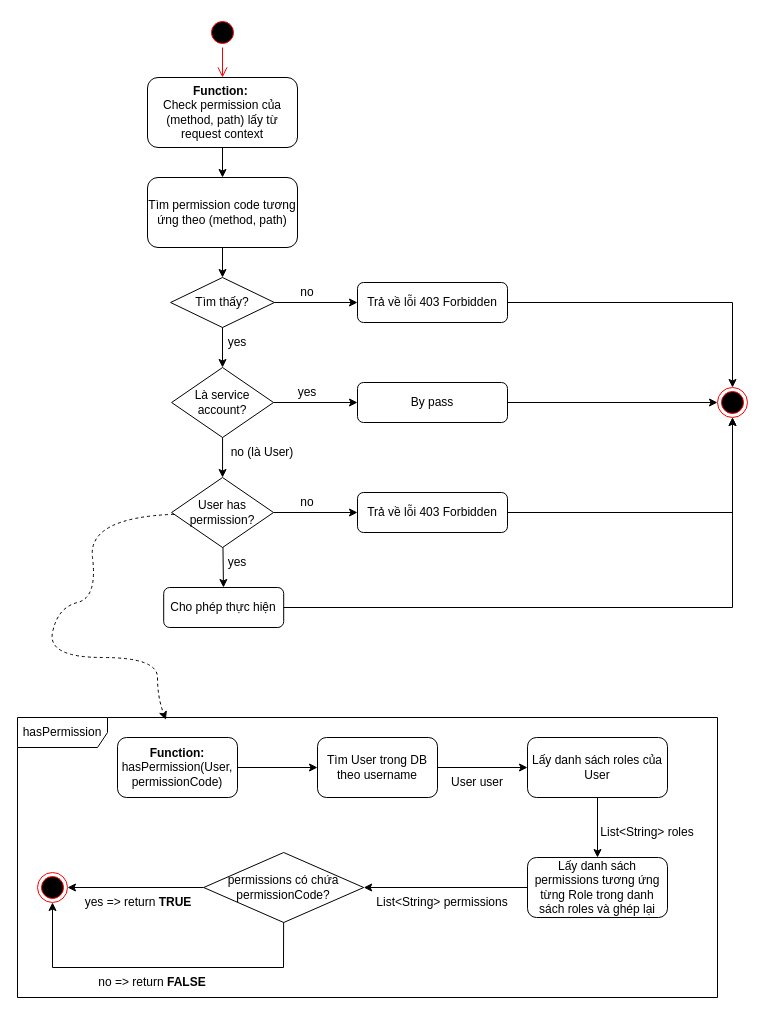
Earlier version of the draw.io diagram page "Luồng check permission" (2 of 4) of SMG_phan_quyen_BE.drawio (hiep1097/drawio). Source tidied: cells renumbered, new cells numbered last; positions are measured from the earlier drawing's top-left corner, leaving out a move shared by most shapes. Both pictures are drawn from the tidied source at 100%, with x=0, y=0 at pixel (17, 17).
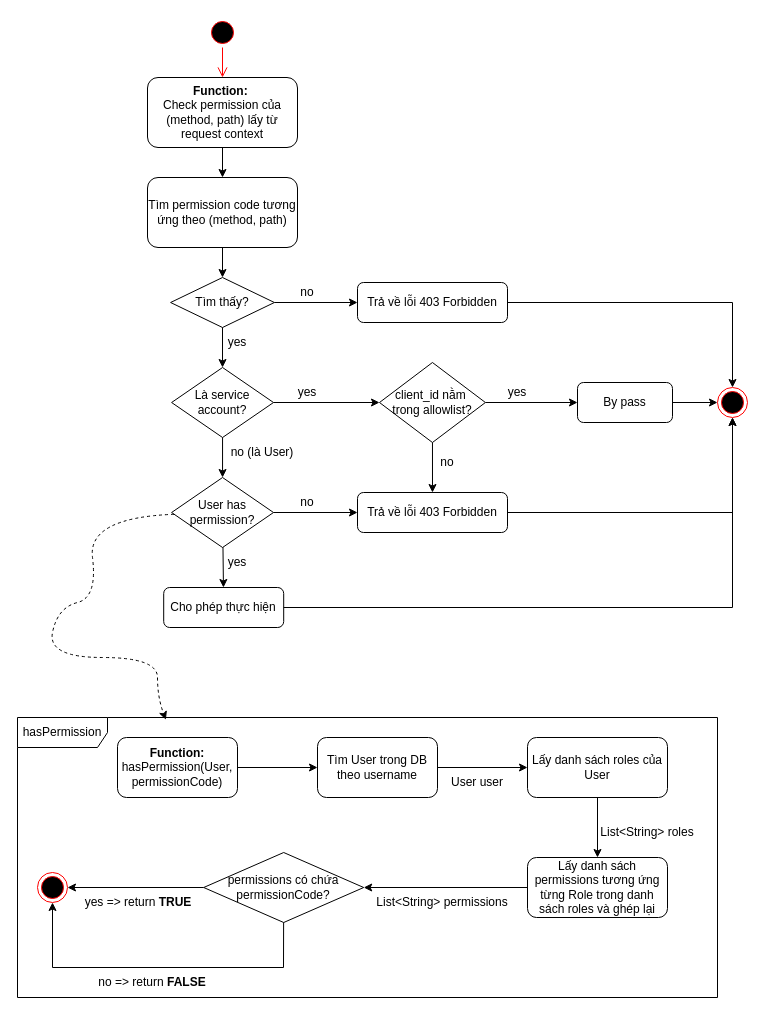
The same diagram, later.

Commit message:
Cập nhật SMG_phan_quyen_BE.drawio

Unchanged cells that the change refers to:
```xml
<mxCell id="12" value="Là service account?" style="rhombus;whiteSpace=wrap;html=1;" parent="1" vertex="1">
  <mxGeometry x="154.1" y="350" width="101.9" height="70" as="geometry" />
</mxCell>
<mxCell id="24" value="Trả về lỗi 403 Forbidden" style="rounded=1;whiteSpace=wrap;html=1;" parent="1" vertex="1">
  <mxGeometry x="340" y="475" width="150" height="40" as="geometry" />
</mxCell>
```

Diff of the diagram source:
```diff
@@
-    <mxCell id="13" value="By pass" style="rounded=1;whiteSpace=wrap;html=1;" parent="1" vertex="1">
-      <mxGeometry x="340" y="365" width="150" height="40" as="geometry" />
-    </mxCell>
-    <mxCell id="14" style="endArrow=classic;html=1;rounded=0;" parent="1" edge="1" source="12" target="13">
+    <mxCell id="14" style="endArrow=classic;html=1;rounded=0;" parent="1" edge="1" source="12" target="52">
       <mxGeometry relative="1" as="geometry" />
     </mxCell>
@@
+    <mxCell id="13" value="By pass" style="rounded=1;whiteSpace=wrap;html=1;" parent="1" vertex="1">
+      <mxGeometry x="560" y="365" width="95" height="40" as="geometry" />
+    </mxCell>
+    <mxCell id="51" style="endArrow=classic;html=1;rounded=0;" parent="1" edge="1" source="52" target="13">
+      <mxGeometry relative="1" as="geometry" />
+    </mxCell>
+    <mxCell id="52" value="client_id nằm&amp;nbsp;&lt;div&gt;trong allowlist?&lt;/div&gt;" style="rhombus;whiteSpace=wrap;html=1;" parent="1" vertex="1">
+      <mxGeometry x="362" y="345" width="105.9" height="80" as="geometry" />
+    </mxCell>
+    <mxCell id="53" style="endArrow=classic;html=1;rounded=0;" parent="1" edge="1" source="52" target="24">
+      <mxGeometry relative="1" as="geometry" />
+    </mxCell>
+    <mxCell id="54" value="no" style="text;html=1;whiteSpace=wrap;strokeColor=none;fillColor=none;align=center;verticalAlign=middle;rounded=0;" parent="1" vertex="1">
+      <mxGeometry x="400" y="430" width="60" height="30" as="geometry" />
+    </mxCell>
+    <mxCell id="55" value="yes" style="text;html=1;whiteSpace=wrap;strokeColor=none;fillColor=none;align=center;verticalAlign=middle;rounded=0;" parent="1" vertex="1">
+      <mxGeometry x="470" y="360" width="60" height="30" as="geometry" />
+    </mxCell>
```
